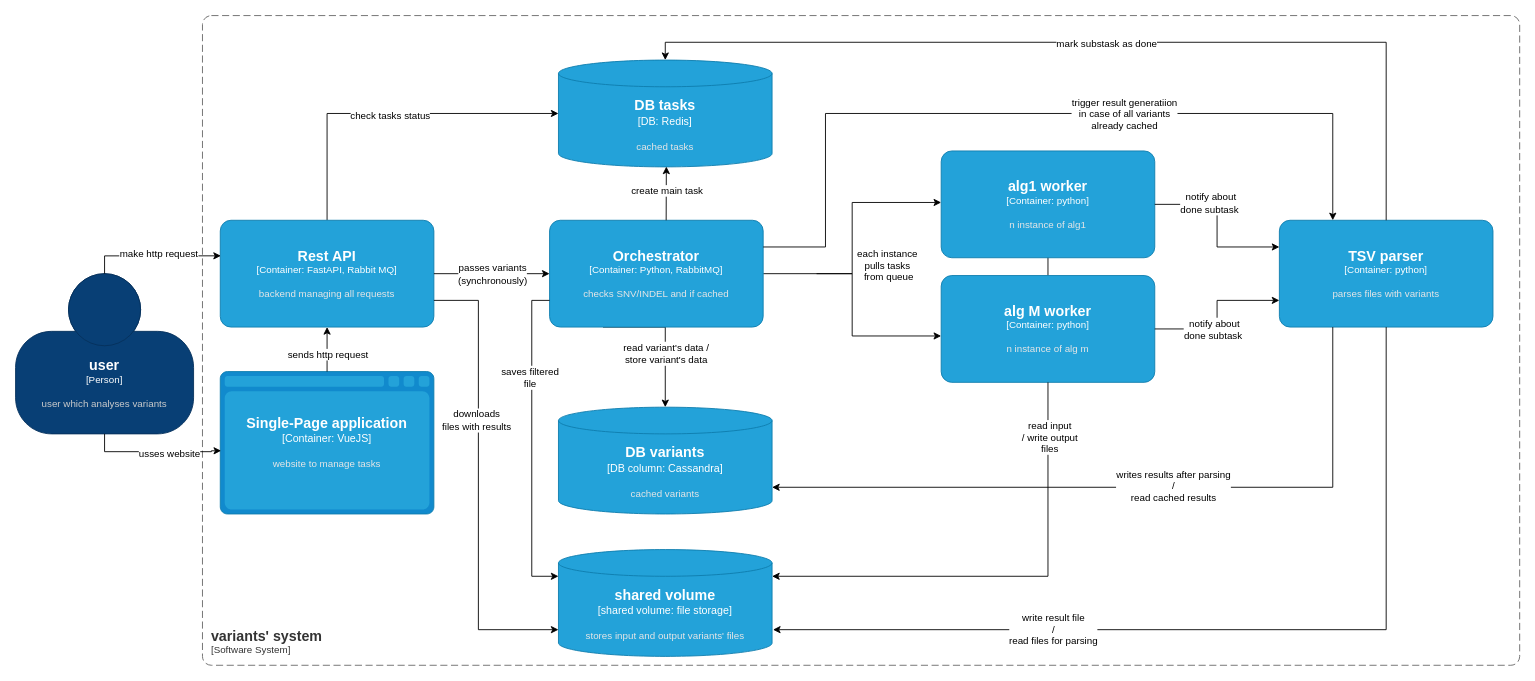
wz7475/genetics-app keeps this draw.io diagram as page "container" (1 of 2) of docs/architecture.drawio. Above is the earlier version. Source tidied: cells renumbered, new cells numbered last; positions are measured from the earlier drawing's top-left corner, leaving out a move shared by most shapes. Both pictures are drawn from the tidied source at 89%, with x=0, y=0 at pixel (15, 15).
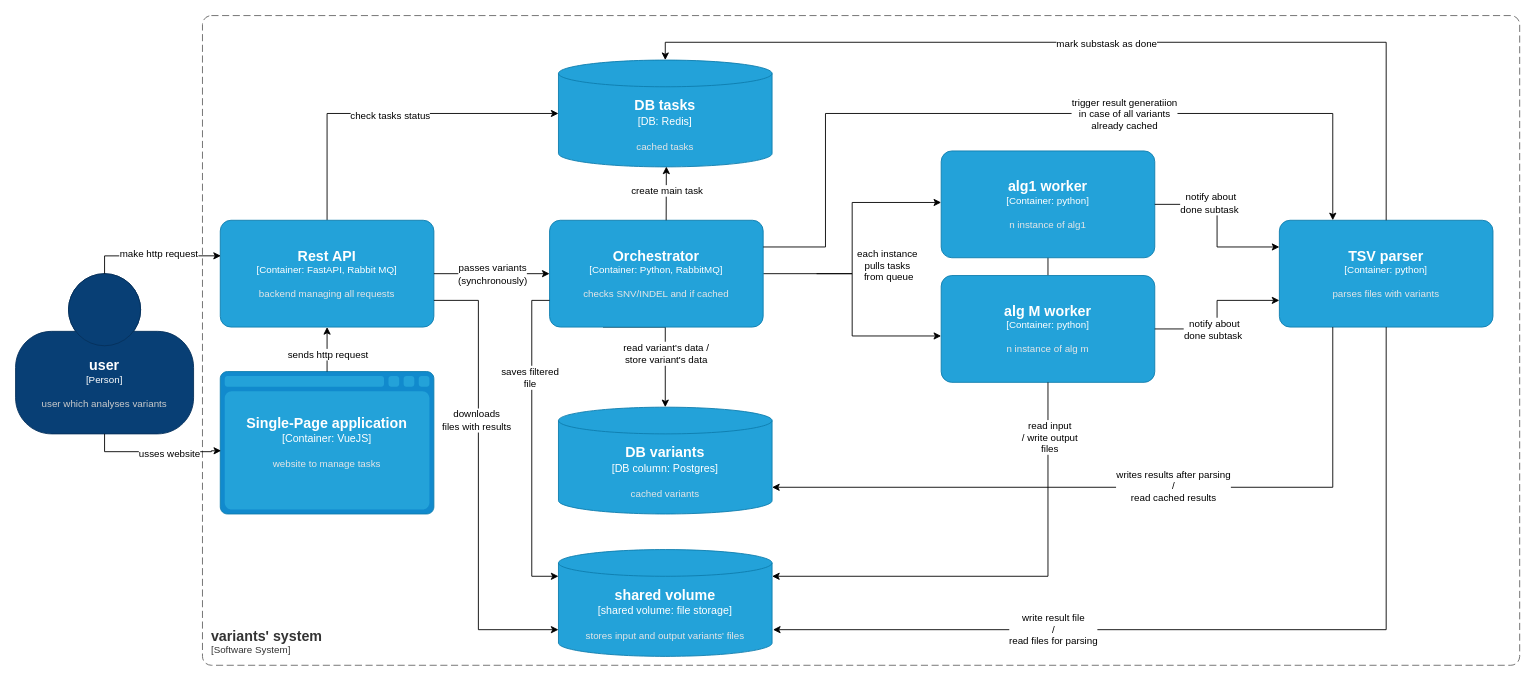
The same diagram, later.

The edit, as a diff of the source:
```diff
@@
-    <object id="12" label="&lt;font style=&quot;font-size: 16px&quot;&gt;&lt;b&gt;%c4Type%&lt;/b&gt;&lt;/font&gt;&lt;div&gt;[%c4Container%:&amp;nbsp;%c4Technology%]&lt;/div&gt;&lt;br&gt;&lt;div&gt;&lt;font style=&quot;font-size: 11px&quot;&gt;&lt;font color=&quot;#E6E6E6&quot;&gt;%c4Description%&lt;/font&gt;&lt;/div&gt;" c4Container="DB column" c4Description="cached variants" c4Technology="Cassandra" c4Type="DB variants" placeholders="1">
+    <object id="12" label="&lt;font style=&quot;font-size: 16px&quot;&gt;&lt;b&gt;%c4Type%&lt;/b&gt;&lt;/font&gt;&lt;div&gt;[%c4Container%:&amp;nbsp;%c4Technology%]&lt;/div&gt;&lt;br&gt;&lt;div&gt;&lt;font style=&quot;font-size: 11px&quot;&gt;&lt;font color=&quot;#E6E6E6&quot;&gt;%c4Description%&lt;/font&gt;&lt;/div&gt;" c4Container="DB column" c4Description="cached variants" c4Technology="Postgres" c4Type="DB variants" placeholders="1">
       <mxCell style="shape=cylinder3;size=15;whiteSpace=wrap;html=1;boundedLbl=1;rounded=0;labelBackgroundColor=none;fillColor=#23A2D9;fontSize=12;fontColor=#ffffff;align=center;strokeColor=#0E7DAD;points=[[0.5,0,0],[1,0.25,0],[1,0.5,0],[1,0.75,0],[0.5,1,0],[0,0.75,0],[0,0.5,0],[0,0.25,0]];" parent="1" vertex="1">
         <mxGeometry x="610" y="440" width="240" height="120" as="geometry" />
       </mxCell>
     </object>
```
